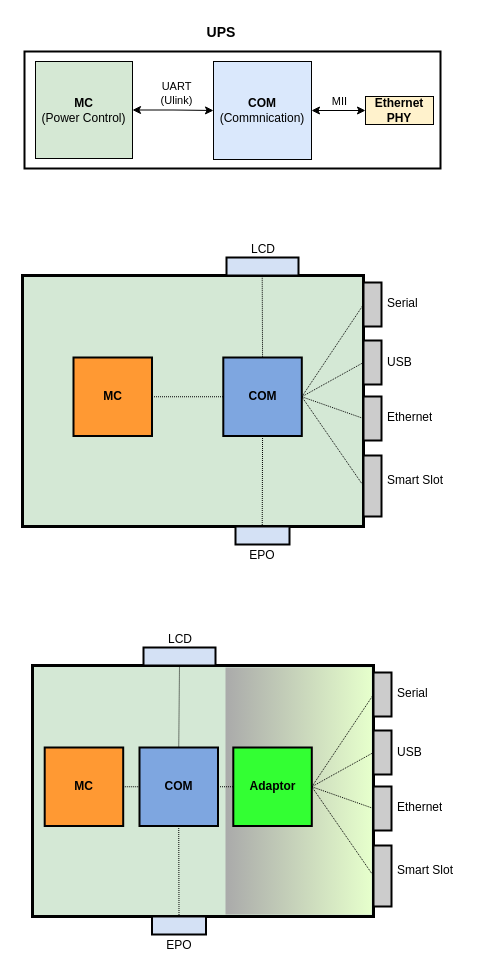
Before: system_blocks.drawio in maxpeng/smt_refresh_plan, a draw.io diagram. Source tidied: cells renumbered, new cells numbered last; positions are measured from the earlier drawing's top-left corner, leaving out a move shared by most shapes. Both pictures are drawn from the tidied source at 100%, with x=0, y=0 at pixel (22, 17).
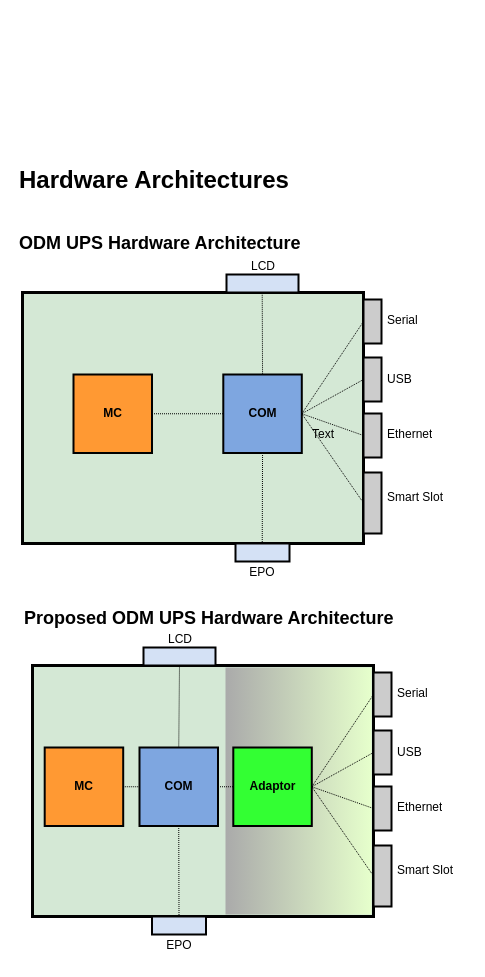
After the change.

Commit message:
organize the diagrams using pages.

What changed in the source:
```diff
@@
-    <mxCell id="4" style="rounded=0;whiteSpace=wrap;html=1;strokeWidth=2;" parent="1" vertex="1">
-      <mxGeometry x="2" y="34" width="416" height="117" as="geometry" />
-    </mxCell>
-    <mxCell id="5" style="edgeStyle=orthogonalEdgeStyle;rounded=0;jettySize=auto;html=1;startArrow=classic;startFill=1;" parent="1" edge="1" source="7" target="10">
-      <mxGeometry relative="1" as="geometry" />
-    </mxCell>
-    <mxCell id="6" value="UART&lt;br&gt;(Ulink)" style="edgeLabel;html=1;align=center;verticalAlign=middle;" parent="5" vertex="1">
-      <mxGeometry x="0.08" y="4" relative="1" as="geometry">
-        <mxPoint y="-14" as="offset" />
-      </mxGeometry>
-    </mxCell>
-    <mxCell id="7" value="&lt;b&gt;MC&lt;/b&gt;&lt;br&gt;(Power Control)" style="whiteSpace=wrap;html=1;fillColor=#d5e8d4;strokeColor=#000000;" parent="1" vertex="1">
-      <mxGeometry x="13" y="44" width="97" height="97" as="geometry" />
-    </mxCell>
-    <mxCell id="8" style="edgeStyle=orthogonalEdgeStyle;rounded=0;jettySize=auto;html=1;startArrow=classic;startFill=1;entryX=0;entryY=0.5;entryDx=0;entryDy=0;" parent="1" edge="1" source="10" target="11">
-      <mxGeometry relative="1" as="geometry" />
-    </mxCell>
-    <mxCell id="9" value="MII" style="edgeLabel;html=1;align=center;verticalAlign=middle;" parent="8" vertex="1">
-      <mxGeometry x="0.04" y="-2" relative="1" as="geometry">
-        <mxPoint x="-1" y="-12" as="offset" />
-      </mxGeometry>
-    </mxCell>
-    <mxCell id="10" value="&lt;b&gt;COM&lt;/b&gt;&lt;div&gt;(Commnication)&lt;/div&gt;" style="whiteSpace=wrap;html=1;fillColor=#dae8fc;strokeColor=#000000;" parent="1" vertex="1">
-      <mxGeometry x="191" y="44" width="98" height="98" as="geometry" />
-    </mxCell>
-    <mxCell id="11" value="&lt;span&gt;Ethernet PHY&lt;/span&gt;" style="rounded=0;whiteSpace=wrap;html=1;fontStyle=1;fillColor=#fff2cc;strokeColor=#000000;" parent="1" vertex="1">
-      <mxGeometry x="343" y="79" width="68" height="28" as="geometry" />
-    </mxCell>
-    <mxCell id="12" value="&lt;b&gt;&lt;font style=&quot;font-size: 14px;&quot;&gt;UPS&lt;/font&gt;&lt;/b&gt;" style="text;html=1;align=center;verticalAlign=middle;whiteSpace=wrap;rounded=0;" parent="1" vertex="1">
-      <mxGeometry x="169" width="60" height="30" as="geometry" />
-    </mxCell>
     <mxCell id="13" style="rounded=0;whiteSpace=wrap;html=1;strokeWidth=3;fillColor=light-dark(#d4e8d5, #1f2f1e);strokeColor=light-dark(#000000,#446E2C);" parent="1" vertex="1">
-      <mxGeometry y="258" width="341" height="251" as="geometry" />
+      <mxGeometry y="275" width="341" height="251" as="geometry" />
     </mxCell>
     <mxCell id="14" value="COM" style="whiteSpace=wrap;html=1;fillColor=#7EA6E0;strokeColor=#000000;fontStyle=1;strokeWidth=2;" parent="1" vertex="1">
-      <mxGeometry x="200.8" y="340" width="78.5" height="78.5" as="geometry" />
+      <mxGeometry x="200.8" y="357" width="78.5" height="78.5" as="geometry" />
     </mxCell>
     <mxCell id="15" value="&lt;b&gt;MC&lt;/b&gt;" style="whiteSpace=wrap;html=1;fillColor=light-dark(#FF9933,#1F2F1E);strokeColor=#000000;strokeWidth=2;" parent="1" vertex="1">
-      <mxGeometry x="51" y="340" width="78.5" height="78.5" as="geometry" />
+      <mxGeometry x="51" y="357" width="78.5" height="78.5" as="geometry" />
     </mxCell>
@@
     <mxCell id="20" style="group;strokeWidth=2;" parent="1" vertex="1">
-      <mxGeometry x="341" y="265" width="58" height="44" as="geometry" />
+      <mxGeometry x="341" y="282" width="58" height="44" as="geometry" />
     </mxCell>
@@
     <mxCell id="23" style="group;strokeWidth=2;" parent="1" vertex="1">
-      <mxGeometry x="341" y="323" width="58" height="44" as="geometry" />
+      <mxGeometry x="341" y="340" width="58" height="44" as="geometry" />
     </mxCell>
@@
     <mxCell id="26" style="group;strokeWidth=2;" parent="1" vertex="1">
-      <mxGeometry x="341" y="379" width="79" height="44" as="geometry" />
+      <mxGeometry x="341" y="396" width="79" height="44" as="geometry" />
     </mxCell>
@@
     <mxCell id="29" style="whiteSpace=wrap;html=1;rounded=0;strokeWidth=2;fillColor=#CCCCCC;" parent="1" vertex="1">
-      <mxGeometry x="341" y="438" width="18" height="61" as="geometry" />
+      <mxGeometry x="341" y="455" width="18" height="61" as="geometry" />
     </mxCell>
     <mxCell id="30" value="Smart Slot" style="text;strokeColor=none;fillColor=none;spacingLeft=4;spacingRight=4;overflow=hidden;fontSize=12;whiteSpace=wrap;html=1;" parent="1" vertex="1">
-      <mxGeometry x="359" y="449" width="76" height="30" as="geometry" />
+      <mxGeometry x="359" y="466" width="76" height="30" as="geometry" />
     </mxCell>
@@
     <mxCell id="34" style="group;" parent="1" vertex="1">
-      <mxGeometry x="204" y="217" width="72" height="41" as="geometry" />
+      <mxGeometry x="204" y="234" width="72" height="41" as="geometry" />
     </mxCell>
@@
     <mxCell id="37" style="group;" parent="1" vertex="1">
-      <mxGeometry x="210" y="509" width="60" height="44" as="geometry" />
+      <mxGeometry x="210" y="526" width="60" height="44" as="geometry" />
     </mxCell>
@@
+    <mxCell id="68" value="Text" style="text;html=1;whiteSpace=wrap;strokeColor=none;fillColor=none;align=center;verticalAlign=middle;rounded=0;" parent="1" vertex="1">
+      <mxGeometry x="271" y="402" width="60" height="30" as="geometry" />
+    </mxCell>
+    <mxCell id="69" value="&lt;h1 style=&quot;margin-top: 0px;&quot;&gt;Hardware Architectures&lt;/h1&gt;" style="text;html=1;whiteSpace=wrap;overflow=hidden;rounded=0;" parent="1" vertex="1">
+      <mxGeometry x="-5" y="142" width="316" height="44" as="geometry" />
+    </mxCell>
+    <mxCell id="70" value="&lt;font style=&quot;font-size: 18px;&quot;&gt;&lt;b style=&quot;&quot;&gt;ODM UPS Hardware Architecture&lt;/b&gt;&lt;/font&gt;" style="text;html=1;whiteSpace=wrap;strokeColor=none;fillColor=none;align=left;verticalAlign=middle;rounded=0;" parent="1" vertex="1">
+      <mxGeometry x="-5" y="211" width="306" height="30" as="geometry" />
+    </mxCell>
+    <mxCell id="71" value="&lt;font style=&quot;font-size: 18px;&quot;&gt;&lt;b style=&quot;&quot;&gt;Proposed ODM UPS Hardware Architecture&lt;/b&gt;&lt;/font&gt;" style="text;html=1;whiteSpace=wrap;strokeColor=none;fillColor=none;align=left;verticalAlign=middle;rounded=0;" parent="1" vertex="1">
+      <mxGeometry y="586" width="403" height="30" as="geometry" />
+    </mxCell>
```
